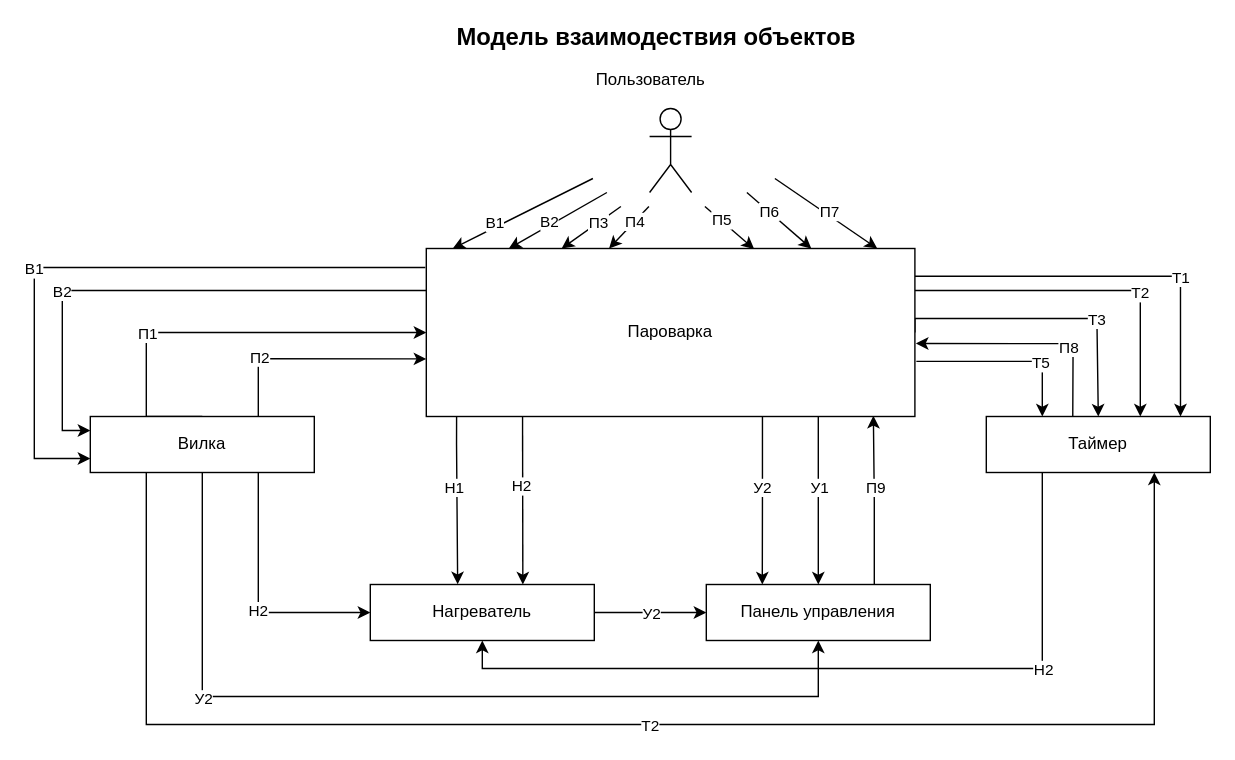
Inspirate789/BMSTU-OOP-CPP keeps this draw.io diagram as page "Модель взаимодествия объектов" (3 of 5) of lab_05/Diagram.drawio. Above is the earlier version. Source tidied: cells renumbered, new cells numbered last; positions are measured from the earlier drawing's top-left corner, leaving out a move shared by most shapes. Both pictures are drawn from the tidied source at 140%, with x=0, y=0 at pixel (34, 24).
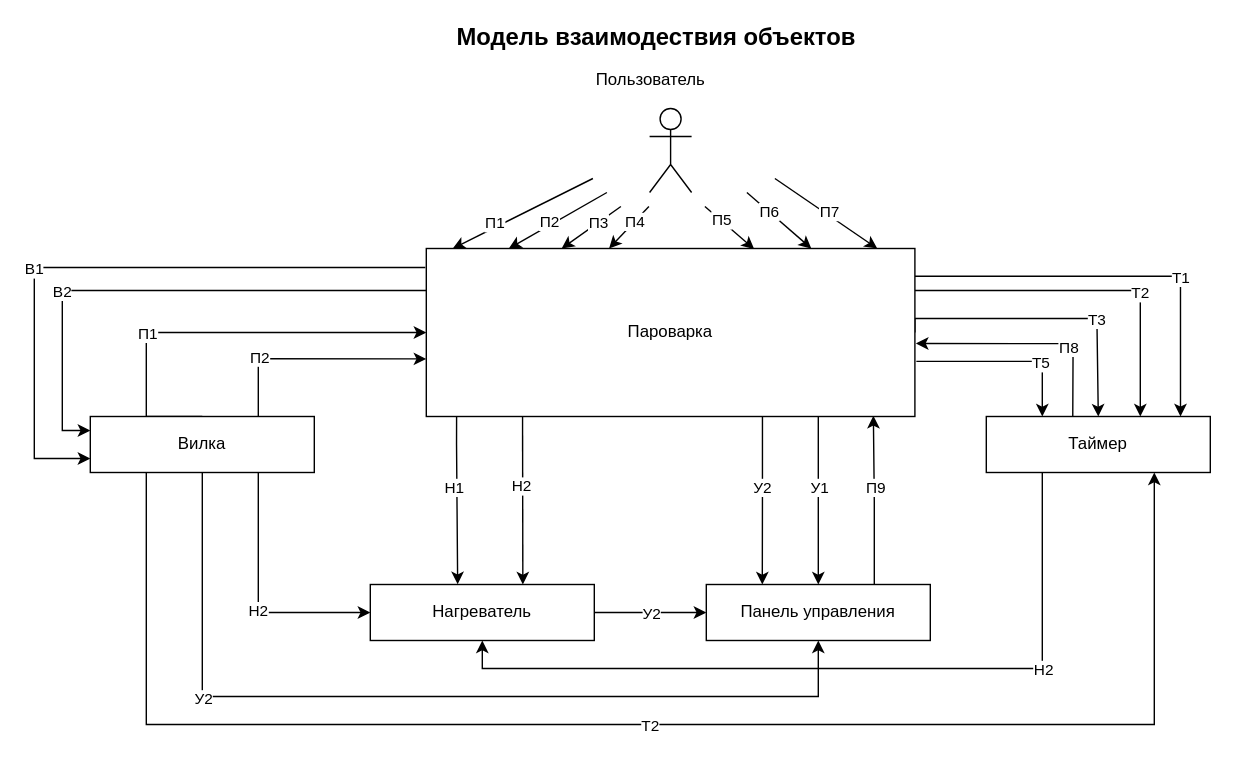
The same diagram, later.

The change refers to these unchanged cells:
```xml
<mxCell id="54" style="endArrow=classic;html=1;entryX=0.054;entryY=0;entryDx=0;entryDy=0;entryPerimeter=0;" parent="1" edge="1" target="41">
  <mxGeometry relative="1" as="geometry">
    <mxPoint x="399" y="110" as="sourcePoint" />
  </mxGeometry>
</mxCell>
<mxCell id="56" style="endArrow=classic;html=1;entryX=0.169;entryY=0;entryDx=0;entryDy=0;entryPerimeter=0;" parent="1" edge="1" target="41">
  <mxGeometry relative="1" as="geometry">
    <mxPoint x="409" y="120" as="sourcePoint" />
  </mxGeometry>
</mxCell>
```

What changed in the source:
```diff
@@
-    <mxCell id="55" value="В1" style="edgeLabel;html=1;align=center;verticalAlign=middle;" parent="54" vertex="1">
+    <mxCell id="55" value="П1" style="edgeLabel;html=1;align=center;verticalAlign=middle;" parent="54" vertex="1">
       <mxGeometry x="0.14" relative="1" as="geometry">
         <mxPoint x="-13" y="3" as="offset" />
       </mxGeometry>
     </mxCell>
@@
-    <mxCell id="57" value="В2" style="edgeLabel;html=1;align=center;verticalAlign=middle;" parent="56" vertex="1">
+    <mxCell id="57" value="П2" style="edgeLabel;html=1;align=center;verticalAlign=middle;" parent="56" vertex="1">
       <mxGeometry x="0.2" y="1" relative="1" as="geometry">
         <mxPoint y="-4" as="offset" />
       </mxGeometry>
     </mxCell>
```
